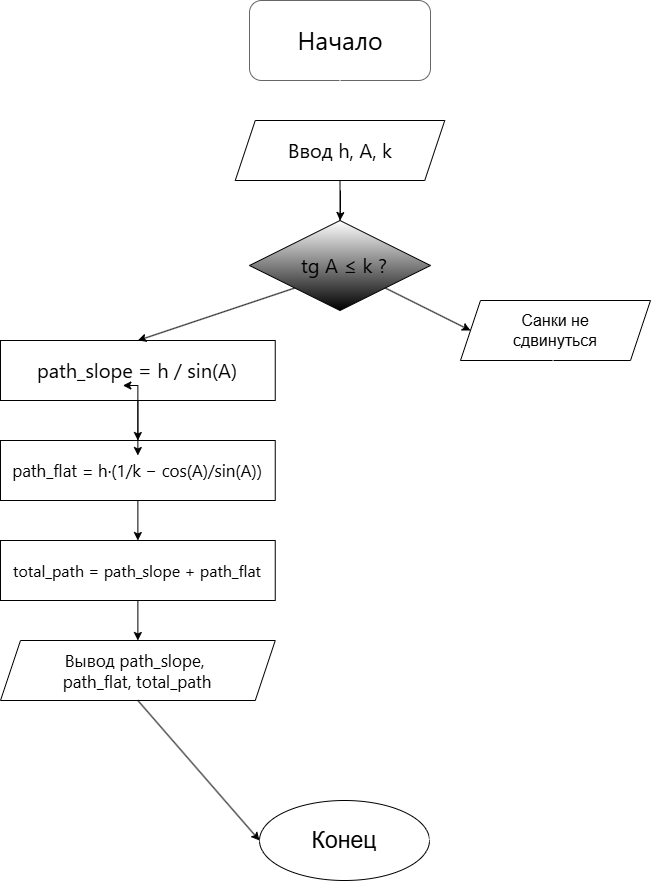
zxcserkkk/Lab2Korenev keeps this draw.io diagram as Lab2 Diag.drawio.png. Above is the earlier version. Source tidied: cells renumbered, new cells last; positions are measured from the earlier drawing's top-left corner, leaving out a move shared by most shapes.
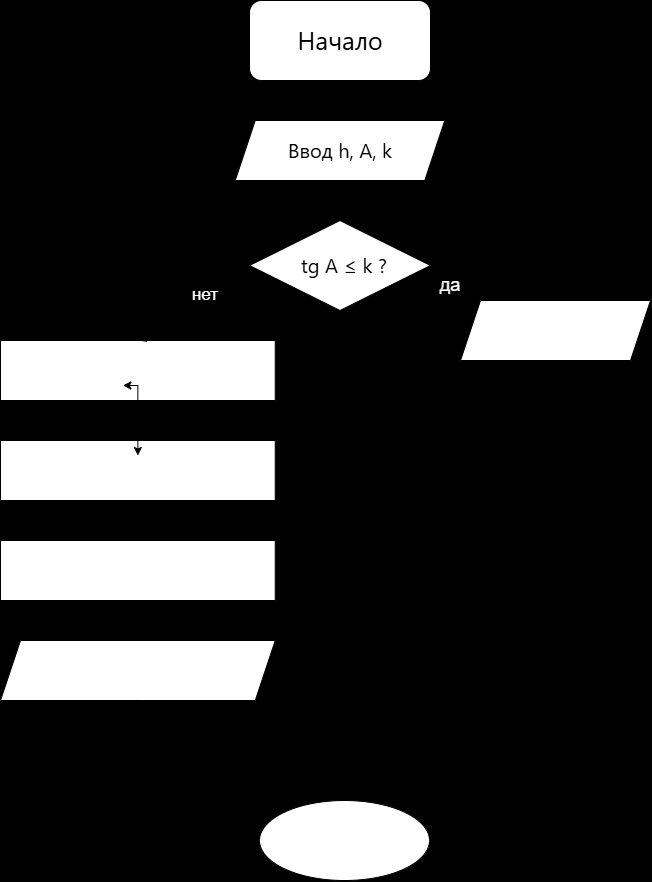
The same file after the commit.

What changed in the source:
```diff
@@ -1,41 +1,41 @@
-<mxGraphModel>
+<mxGraphModel background="light-dark(#000000,#000000)">
   <root>
     <mxCell id="0" />
     <mxCell id="1" parent="0" />
-    <mxCell id="2" style="rounded=1;whiteSpace=wrap;html=1;roundedPerimeter=1;fillColor=light-dark(#FFFFFF,#FFFFFF);strokeColor=#666666;fontColor=#333333;" parent="1" vertex="1">
+    <mxCell id="2" style="rounded=1;whiteSpace=wrap;html=1;roundedPerimeter=1;labelBackgroundColor=none;" parent="1" vertex="1">
       <mxGeometry x="249" width="181" height="80" as="geometry" />
     </mxCell>
-    <mxCell id="3" style="shape=parallelogram;perimeter=parallelogramPerimeter;whiteSpace=wrap;html=1;shapeInside=1;fixedSize=1;fillColor=light-dark(#FFFFFF,#FFFFFF);" parent="1" vertex="1">
+    <mxCell id="3" style="shape=parallelogram;perimeter=parallelogramPerimeter;whiteSpace=wrap;html=1;shapeInside=1;fixedSize=1;labelBackgroundColor=none;" parent="1" vertex="1">
       <mxGeometry x="234.8" y="120" width="209.5" height="60" as="geometry" />
     </mxCell>
-    <mxCell id="4" style="edgeStyle=orthogonalEdgeStyle;rounded=0;jettySize=auto;html=1;entryX=0.5;entryY=1;entryDx=0;entryDy=0;exitX=0.5;exitY=0;exitDx=0;exitDy=0;endArrow=none;endFill=0;labelBackgroundColor=light-dark(#FFFFFF,#FFFFFF);" parent="1" edge="1" source="5" target="3">
+    <mxCell id="4" style="edgeStyle=orthogonalEdgeStyle;rounded=0;jettySize=auto;html=1;entryX=0.5;entryY=1;entryDx=0;entryDy=0;exitX=0.5;exitY=0;exitDx=0;exitDy=0;endArrow=none;endFill=0;labelBackgroundColor=none;fontColor=default;" parent="1" edge="1" source="5" target="3">
       <mxGeometry relative="1" as="geometry" />
     </mxCell>
-    <mxCell id="5" style="rhombus;whiteSpace=wrap;html=1;shapeInside=1;fillColor=light-dark(#FFFFFF,#FFFFFF);gradientColor=default;" parent="1" vertex="1">
+    <mxCell id="5" style="rhombus;whiteSpace=wrap;html=1;shapeInside=1;labelBackgroundColor=none;" parent="1" vertex="1">
       <mxGeometry x="249" y="220" width="181" height="90" as="geometry" />
     </mxCell>
-    <mxCell id="6" style="shape=parallelogram;perimeter=parallelogramPerimeter;whiteSpace=wrap;html=1;shapeInside=1;fixedSize=1;fillColor=light-dark(#FFFFFF,#FFFFFF);" parent="1" vertex="1">
+    <mxCell id="6" style="shape=parallelogram;perimeter=parallelogramPerimeter;whiteSpace=wrap;html=1;shapeInside=1;fixedSize=1;labelBackgroundColor=none;" parent="1" vertex="1">
       <mxGeometry x="460" y="300" width="190" height="60" as="geometry" />
     </mxCell>
-    <mxCell id="7" style="rounded=0;whiteSpace=wrap;html=1;fillColor=light-dark(#FFFFFF,#FFFFFF);" parent="1" vertex="1">
+    <mxCell id="7" style="rounded=0;whiteSpace=wrap;html=1;labelBackgroundColor=none;" parent="1" vertex="1">
       <mxGeometry y="340" width="274.8" height="60" as="geometry" />
     </mxCell>
-    <mxCell id="8" style="rounded=0;whiteSpace=wrap;html=1;fillColor=light-dark(#FFFFFF,#FFFFFF);" parent="1" vertex="1">
+    <mxCell id="8" style="rounded=0;whiteSpace=wrap;html=1;labelBackgroundColor=none;" parent="1" vertex="1">
       <mxGeometry y="440" width="274.8" height="60" as="geometry" />
     </mxCell>
-    <mxCell id="9" style="rounded=0;whiteSpace=wrap;html=1;fillColor=light-dark(#FFFFFF,#FFFFFF);" parent="1" vertex="1">
+    <mxCell id="9" style="rounded=0;whiteSpace=wrap;html=1;labelBackgroundColor=none;" parent="1" vertex="1">
       <mxGeometry y="540" width="274.8" height="60" as="geometry" />
     </mxCell>
-    <mxCell id="10" style="shape=parallelogram;perimeter=parallelogramPerimeter;whiteSpace=wrap;html=1;shapeInside=1;fixedSize=1;fillColor=light-dark(#FFFFFF,#FFFFFF);" parent="1" vertex="1">
+    <mxCell id="10" style="shape=parallelogram;perimeter=parallelogramPerimeter;whiteSpace=wrap;html=1;shapeInside=1;fixedSize=1;labelBackgroundColor=none;" parent="1" vertex="1">
       <mxGeometry y="640" width="274.8" height="60" as="geometry" />
     </mxCell>
-    <mxCell id="11" style="ellipse;whiteSpace=wrap;html=1;shapeInside=1;fillColor=light-dark(#FFFFFF,#FFFFFF);" parent="1" vertex="1">
+    <mxCell id="11" style="ellipse;whiteSpace=wrap;html=1;shapeInside=1;labelBackgroundColor=none;" parent="1" vertex="1">
       <mxGeometry x="259" y="800" width="170" height="80" as="geometry" />
     </mxCell>
-    <mxCell id="12" style="endArrow=classic;html=1;rounded=0;labelBackgroundColor=light-dark(#FFFFFF,#FFFFFF);exitX=0.5;exitY=1;exitDx=0;exitDy=0;entryX=0.5;entryY=0;entryDx=0;entryDy=0;fillColor=#f5f5f5;strokeColor=light-dark(#FFFFFF,#FFFFFF);" parent="1" edge="1" source="2" target="3">
+    <mxCell id="12" style="endArrow=classic;html=1;rounded=0;labelBackgroundColor=none;exitX=0.5;exitY=1;exitDx=0;exitDy=0;entryX=0.5;entryY=0;entryDx=0;entryDy=0;fontColor=default;" parent="1" edge="1" source="2" target="3">
       <mxGeometry x="0.35" relative="1" as="geometry" />
     </mxCell>
-    <mxCell id="13" style="endArrow=classic;html=1;rounded=0;entryX=0.5;entryY=0;entryDx=0;entryDy=0;labelBackgroundColor=light-dark(#FFFFFF,#FFFFFF);" parent="1" edge="1" target="5">
+    <mxCell id="13" style="endArrow=classic;html=1;rounded=0;entryX=0.5;entryY=0;entryDx=0;entryDy=0;labelBackgroundColor=none;fontColor=default;" parent="1" edge="1" target="5">
       <mxGeometry relative="1" as="geometry">
         <mxPoint x="340" y="190" as="sourcePoint" />
         <Array as="points">
@@ -43,63 +43,69 @@
         </Array>
       </mxGeometry>
     </mxCell>
-    <mxCell id="14" style="endArrow=classic;html=1;rounded=0;exitX=1;exitY=1;exitDx=0;exitDy=0;entryX=0;entryY=0.5;entryDx=0;entryDy=0;labelBackgroundColor=light-dark(#FFFFFF,#FFFFFF);" parent="1" edge="1" source="5" target="6">
+    <mxCell id="14" style="endArrow=classic;html=1;rounded=0;exitX=1;exitY=1;exitDx=0;exitDy=0;entryX=0;entryY=0.5;entryDx=0;entryDy=0;labelBackgroundColor=none;fontColor=default;" parent="1" edge="1" source="5" target="6">
       <mxGeometry relative="1" as="geometry" />
     </mxCell>
-    <mxCell id="15" style="endArrow=none;html=1;rounded=0;endFill=0;startArrow=classic;startFill=1;entryX=0;entryY=1;entryDx=0;entryDy=0;exitX=0.5;exitY=0;exitDx=0;exitDy=0;labelBackgroundColor=light-dark(#FFFFFF,#FFFFFF);" parent="1" edge="1" source="7" target="5">
+    <mxCell id="15" style="endArrow=none;html=1;rounded=0;endFill=0;startArrow=classic;startFill=1;entryX=0;entryY=1;entryDx=0;entryDy=0;exitX=0.5;exitY=0;exitDx=0;exitDy=0;labelBackgroundColor=none;fontColor=default;" parent="1" edge="1" source="7" target="5">
       <mxGeometry relative="1" as="geometry" />
     </mxCell>
-    <mxCell id="16" style="endArrow=classic;html=1;rounded=0;entryX=0.5;entryY=0;entryDx=0;entryDy=0;" parent="1" edge="1" source="7" target="8">
+    <mxCell id="16" style="endArrow=classic;html=1;rounded=0;entryX=0.5;entryY=0;entryDx=0;entryDy=0;labelBackgroundColor=none;fontColor=default;" parent="1" edge="1" source="7" target="8">
       <mxGeometry relative="1" as="geometry" />
     </mxCell>
-    <mxCell id="17" style="endArrow=classic;html=1;rounded=0;entryX=0.5;entryY=0;entryDx=0;entryDy=0;labelBackgroundColor=light-dark(#FFFFFF,#FFFFFF);" parent="1" edge="1" source="8" target="9">
+    <mxCell id="17" style="endArrow=classic;html=1;rounded=0;entryX=0.5;entryY=0;entryDx=0;entryDy=0;labelBackgroundColor=none;fontColor=default;" parent="1" edge="1" source="8" target="9">
       <mxGeometry relative="1" as="geometry" />
     </mxCell>
-    <mxCell id="18" style="endArrow=classic;html=1;rounded=0;entryX=0.5;entryY=0;entryDx=0;entryDy=0;labelBackgroundColor=light-dark(#FFFFFF,#FFFFFF);" parent="1" edge="1" source="9" target="10">
+    <mxCell id="18" style="endArrow=classic;html=1;rounded=0;entryX=0.5;entryY=0;entryDx=0;entryDy=0;labelBackgroundColor=none;fontColor=default;" parent="1" edge="1" source="9" target="10">
       <mxGeometry relative="1" as="geometry" />
     </mxCell>
-    <mxCell id="19" style="endArrow=classic;html=1;rounded=0;entryX=0;entryY=0.5;entryDx=0;entryDy=0;exitX=0.5;exitY=1;exitDx=0;exitDy=0;labelBackgroundColor=light-dark(#FFFFFF,#FFFFFF);" parent="1" edge="1" source="10" target="11">
+    <mxCell id="19" style="endArrow=classic;html=1;rounded=0;entryX=0;entryY=0.5;entryDx=0;entryDy=0;exitX=0.5;exitY=1;exitDx=0;exitDy=0;labelBackgroundColor=none;fontColor=default;" parent="1" edge="1" source="10" target="11">
       <mxGeometry relative="1" as="geometry" />
     </mxCell>
-    <mxCell id="20" style="endArrow=classic;html=1;rounded=0;entryX=1;entryY=0.5;entryDx=0;entryDy=0;labelBackgroundColor=light-dark(#FFFFFF,#FFFFFF);fillColor=#f5f5f5;strokeColor=light-dark(#FFFFFF,#FFFFFF);" parent="1" edge="1" source="6" target="11">
+    <mxCell id="20" style="endArrow=classic;html=1;rounded=0;entryX=1;entryY=0.5;entryDx=0;entryDy=0;labelBackgroundColor=none;fontColor=default;" parent="1" edge="1" source="6" target="11">
       <mxGeometry relative="1" as="geometry">
         <Array as="points">
           <mxPoint x="530" y="640" />
         </Array>
       </mxGeometry>
     </mxCell>
-    <mxCell id="21" value="&lt;span style=&quot;font-family: anthropic-sans, -apple-system, BlinkMacSystemFont, &amp;quot;Segoe UI&amp;quot;, sans-serif; font-size: 25px; text-align: start; white-space: nowrap;&quot;&gt;Начало&lt;/span&gt;" style="text;html=1;whiteSpace=wrap;strokeColor=none;fillColor=none;align=center;verticalAlign=middle;rounded=0;fontSize=23;fontColor=light-dark(#000000,#000000);" parent="1" vertex="1">
+    <mxCell id="21" value="&lt;span style=&quot;font-family: anthropic-sans, -apple-system, BlinkMacSystemFont, &amp;quot;Segoe UI&amp;quot;, sans-serif; font-size: 25px; text-align: start; white-space: nowrap;&quot;&gt;Начало&lt;/span&gt;" style="text;html=1;whiteSpace=wrap;strokeColor=none;fillColor=none;align=center;verticalAlign=middle;rounded=0;fontSize=23;labelBackgroundColor=none;" parent="1" vertex="1">
       <mxGeometry x="309.5" y="25" width="60" height="30" as="geometry" />
     </mxCell>
-    <mxCell id="22" value="&lt;span style=&quot;font-family: anthropic-sans, -apple-system, BlinkMacSystemFont, &amp;quot;Segoe UI&amp;quot;, sans-serif; font-size: 20px; text-align: start; white-space: nowrap;&quot;&gt;Ввод h, A, k&lt;/span&gt;" style="text;html=1;whiteSpace=wrap;strokeColor=none;fillColor=none;align=center;verticalAlign=middle;rounded=0;fontSize=18;textShadow=0;fontColor=light-dark(#000000,#000000);" parent="1" vertex="1">
+    <mxCell id="22" value="&lt;span style=&quot;font-family: anthropic-sans, -apple-system, BlinkMacSystemFont, &amp;quot;Segoe UI&amp;quot;, sans-serif; font-size: 20px; text-align: start; white-space: nowrap;&quot;&gt;Ввод h, A, k&lt;/span&gt;" style="text;html=1;whiteSpace=wrap;strokeColor=none;fillColor=none;align=center;verticalAlign=middle;rounded=0;fontSize=18;textShadow=0;labelBackgroundColor=none;" parent="1" vertex="1">
       <mxGeometry x="279.5" y="135" width="120" height="30" as="geometry" />
     </mxCell>
-    <mxCell id="23" value="&lt;span style=&quot;font-family: anthropic-sans, -apple-system, BlinkMacSystemFont, &amp;quot;Segoe UI&amp;quot;, sans-serif; font-size: 20px; text-align: start; white-space: nowrap;&quot;&gt;tg A ≤ k ?&lt;/span&gt;" style="text;html=1;whiteSpace=wrap;strokeColor=none;fillColor=none;align=center;verticalAlign=middle;rounded=0;fontSize=18;fontColor=light-dark(#000000,#000000);" parent="1" vertex="1">
+    <mxCell id="23" value="&lt;span style=&quot;font-family: anthropic-sans, -apple-system, BlinkMacSystemFont, &amp;quot;Segoe UI&amp;quot;, sans-serif; font-size: 20px; text-align: start; white-space: nowrap;&quot;&gt;tg A ≤ k ?&lt;/span&gt;" style="text;html=1;whiteSpace=wrap;strokeColor=none;fillColor=none;align=center;verticalAlign=middle;rounded=0;fontSize=18;labelBackgroundColor=none;" parent="1" vertex="1">
       <mxGeometry x="314" y="250" width="60" height="30" as="geometry" />
     </mxCell>
-    <mxCell id="24" value="&lt;font style=&quot;color: light-dark(rgb(0, 0, 0), rgb(0, 0, 0)); font-size: 16px;&quot;&gt;Санки не сдвинуться&lt;/font&gt;" style="text;html=1;whiteSpace=wrap;strokeColor=none;fillColor=none;align=center;verticalAlign=middle;rounded=0;" parent="1" vertex="1">
+    <mxCell id="24" value="&lt;font style=&quot;font-size: 16px;&quot;&gt;Санки не сдвинуться&lt;/font&gt;" style="text;html=1;whiteSpace=wrap;strokeColor=none;fillColor=none;align=center;verticalAlign=middle;rounded=0;labelBackgroundColor=none;fontColor=light-dark(#FFFFFF,#FFFFFF);" parent="1" vertex="1">
       <mxGeometry x="500" y="315" width="110" height="30" as="geometry" />
     </mxCell>
-    <mxCell id="25" style="edgeStyle=orthogonalEdgeStyle;rounded=0;jettySize=auto;html=1;labelBackgroundColor=light-dark(#FFFFFF,#FFFFFF);" parent="1" edge="1" source="26" target="28">
+    <mxCell id="25" style="edgeStyle=orthogonalEdgeStyle;rounded=0;jettySize=auto;html=1;labelBackgroundColor=none;fontColor=default;" parent="1" edge="1" source="26" target="28">
       <mxGeometry relative="1" as="geometry" />
     </mxCell>
-    <mxCell id="26" value="&lt;span style=&quot;font-family: anthropic-sans, -apple-system, BlinkMacSystemFont, &amp;quot;Segoe UI&amp;quot;, sans-serif; font-size: 20px; text-align: start; white-space: nowrap; color: light-dark(rgb(0, 0, 0), rgb(0, 0, 0));&quot;&gt;path_slope = h / sin(A)&lt;/span&gt;" style="text;html=1;whiteSpace=wrap;strokeColor=none;fillColor=none;align=center;verticalAlign=middle;rounded=0;fontSize=18;" parent="1" vertex="1">
+    <mxCell id="26" value="&lt;span style=&quot;font-family: anthropic-sans, -apple-system, BlinkMacSystemFont, &amp;quot;Segoe UI&amp;quot;, sans-serif; font-size: 20px; text-align: start; white-space: nowrap;&quot;&gt;path_slope = h / sin(A)&lt;/span&gt;" style="text;html=1;whiteSpace=wrap;strokeColor=none;fillColor=none;align=center;verticalAlign=middle;rounded=0;fontSize=18;labelBackgroundColor=none;fontColor=light-dark(#FFFFFF,#FFFFFF);" parent="1" vertex="1">
       <mxGeometry x="107.4" y="355" width="60" height="30" as="geometry" />
     </mxCell>
-    <mxCell id="27" style="edgeStyle=orthogonalEdgeStyle;rounded=0;orthogonalLoop=1;jettySize=auto;html=1;innerLoopWaypoints=1;exitX=0.5;exitY=1;exitDx=0;exitDy=0;entryX=0.25;entryY=1;entryDx=0;entryDy=0;" parent="1" edge="1" source="26" target="26">
+    <mxCell id="27" style="edgeStyle=orthogonalEdgeStyle;rounded=0;orthogonalLoop=1;jettySize=auto;html=1;innerLoopWaypoints=1;exitX=0.5;exitY=1;exitDx=0;exitDy=0;entryX=0.25;entryY=1;entryDx=0;entryDy=0;labelBackgroundColor=none;fontColor=default;" parent="1" edge="1" source="26" target="26">
       <mxGeometry relative="1" as="geometry" />
     </mxCell>
-    <mxCell id="28" value="&lt;span style=&quot;font-family: anthropic-sans, -apple-system, BlinkMacSystemFont, &amp;quot;Segoe UI&amp;quot;, sans-serif; font-size: 17px; text-align: start; white-space: nowrap; color: light-dark(rgb(0, 0, 0), rgb(0, 0, 0));&quot;&gt;path_flat = h·(1/k − cos(A)/sin(A))&lt;/span&gt;" style="text;html=1;whiteSpace=wrap;strokeColor=none;fillColor=none;align=center;verticalAlign=middle;rounded=0;fontSize=15;" parent="1" vertex="1">
+    <mxCell id="28" value="&lt;span style=&quot;font-family: anthropic-sans, -apple-system, BlinkMacSystemFont, &amp;quot;Segoe UI&amp;quot;, sans-serif; font-size: 17px; text-align: start; white-space: nowrap;&quot;&gt;path_flat = h·(1/k − cos(A)/sin(A))&lt;/span&gt;" style="text;html=1;whiteSpace=wrap;strokeColor=none;fillColor=none;align=center;verticalAlign=middle;rounded=0;fontSize=15;labelBackgroundColor=none;fontColor=light-dark(#FFFFFF,#FFFFFF);" parent="1" vertex="1">
       <mxGeometry x="107.4" y="455" width="60" height="30" as="geometry" />
     </mxCell>
-    <mxCell id="29" value="&lt;span style=&quot;font-family: anthropic-sans, -apple-system, BlinkMacSystemFont, &amp;quot;Segoe UI&amp;quot;, sans-serif; font-size: 16px; text-align: start; white-space: nowrap; color: light-dark(rgb(0, 0, 0), rgb(0, 0, 0));&quot;&gt;total_path = path_slope + path_flat&lt;/span&gt;" style="text;html=1;whiteSpace=wrap;strokeColor=none;fillColor=none;align=center;verticalAlign=middle;rounded=0;fontSize=14;" parent="1" vertex="1">
+    <mxCell id="29" value="&lt;span style=&quot;font-family: anthropic-sans, -apple-system, BlinkMacSystemFont, &amp;quot;Segoe UI&amp;quot;, sans-serif; font-size: 16px; text-align: start; white-space: nowrap;&quot;&gt;total_path = path_slope + path_flat&lt;/span&gt;" style="text;html=1;whiteSpace=wrap;strokeColor=none;fillColor=none;align=center;verticalAlign=middle;rounded=0;fontSize=14;labelBackgroundColor=none;fontColor=light-dark(#FFFFFF,#FFFFFF);" parent="1" vertex="1">
       <mxGeometry x="107.4" y="555" width="60" height="30" as="geometry" />
     </mxCell>
-    <mxCell id="30" value="&lt;span style=&quot;font-family: anthropic-sans, -apple-system, BlinkMacSystemFont, &amp;quot;Segoe UI&amp;quot;, sans-serif; font-size: 17px; text-align: start; white-space: nowrap; color: light-dark(rgb(0, 0, 0), rgb(0, 0, 0));&quot;&gt;Вывод path_slope,&amp;nbsp;&lt;/span&gt;&lt;div&gt;&lt;span style=&quot;font-family: anthropic-sans, -apple-system, BlinkMacSystemFont, &amp;quot;Segoe UI&amp;quot;, sans-serif; font-size: 17px; text-align: start; white-space: nowrap; color: light-dark(rgb(0, 0, 0), rgb(0, 0, 0));&quot;&gt;path_flat, total_path&lt;/span&gt;&lt;/div&gt;" style="text;html=1;whiteSpace=wrap;strokeColor=none;fillColor=none;align=center;verticalAlign=middle;rounded=0;fontSize=15;" parent="1" vertex="1">
+    <mxCell id="30" value="&lt;span style=&quot;font-family: anthropic-sans, -apple-system, BlinkMacSystemFont, &amp;quot;Segoe UI&amp;quot;, sans-serif; font-size: 17px; text-align: start; white-space: nowrap;&quot;&gt;Вывод path_slope,&amp;nbsp;&lt;/span&gt;&lt;div&gt;&lt;span style=&quot;font-family: anthropic-sans, -apple-system, BlinkMacSystemFont, &amp;quot;Segoe UI&amp;quot;, sans-serif; font-size: 17px; text-align: start; white-space: nowrap;&quot;&gt;path_flat, total_path&lt;/span&gt;&lt;/div&gt;" style="text;html=1;whiteSpace=wrap;strokeColor=none;fillColor=none;align=center;verticalAlign=middle;rounded=0;fontSize=15;labelBackgroundColor=none;fontColor=light-dark(#FFFFFF,#FFFFFF);" parent="1" vertex="1">
       <mxGeometry x="107.4" y="655" width="60" height="30" as="geometry" />
     </mxCell>
-    <mxCell id="31" value="&lt;span style=&quot;color: light-dark(rgb(0, 0, 0), rgb(0, 0, 0));&quot;&gt;Конец&lt;/span&gt;" style="text;html=1;whiteSpace=wrap;strokeColor=none;fillColor=none;align=center;verticalAlign=middle;rounded=0;fontSize=23;" parent="1" vertex="1">
+    <mxCell id="31" value="&lt;span style=&quot;&quot;&gt;Конец&lt;/span&gt;" style="text;html=1;whiteSpace=wrap;strokeColor=none;fillColor=none;align=center;verticalAlign=middle;rounded=0;fontSize=23;labelBackgroundColor=none;fontColor=light-dark(#FFFFFF,#FFFFFF);" parent="1" vertex="1">
       <mxGeometry x="314" y="825" width="60" height="30" as="geometry" />
     </mxCell>
+    <mxCell id="32" value="&lt;span style=&quot;color: light-dark(rgb(255, 255, 255), rgb(255, 255, 255));&quot;&gt;да&lt;/span&gt;" style="text;html=1;whiteSpace=wrap;strokeColor=none;fillColor=none;align=center;verticalAlign=middle;rounded=0;fontSize=18;" parent="1" vertex="1">
+      <mxGeometry x="420" y="270" width="60" height="30" as="geometry" />
+    </mxCell>
+    <mxCell id="33" value="&lt;span style=&quot;color: light-dark(rgb(255, 255, 255), rgb(255, 255, 255));&quot;&gt;&lt;font style=&quot;font-size: 17px;&quot;&gt;нет&lt;/font&gt;&lt;/span&gt;" style="text;html=1;whiteSpace=wrap;strokeColor=none;fillColor=none;align=center;verticalAlign=middle;rounded=0;" parent="1" vertex="1">
+      <mxGeometry x="174.8" y="280" width="60" height="30" as="geometry" />
+    </mxCell>
   </root>
 </mxGraphModel>
```
